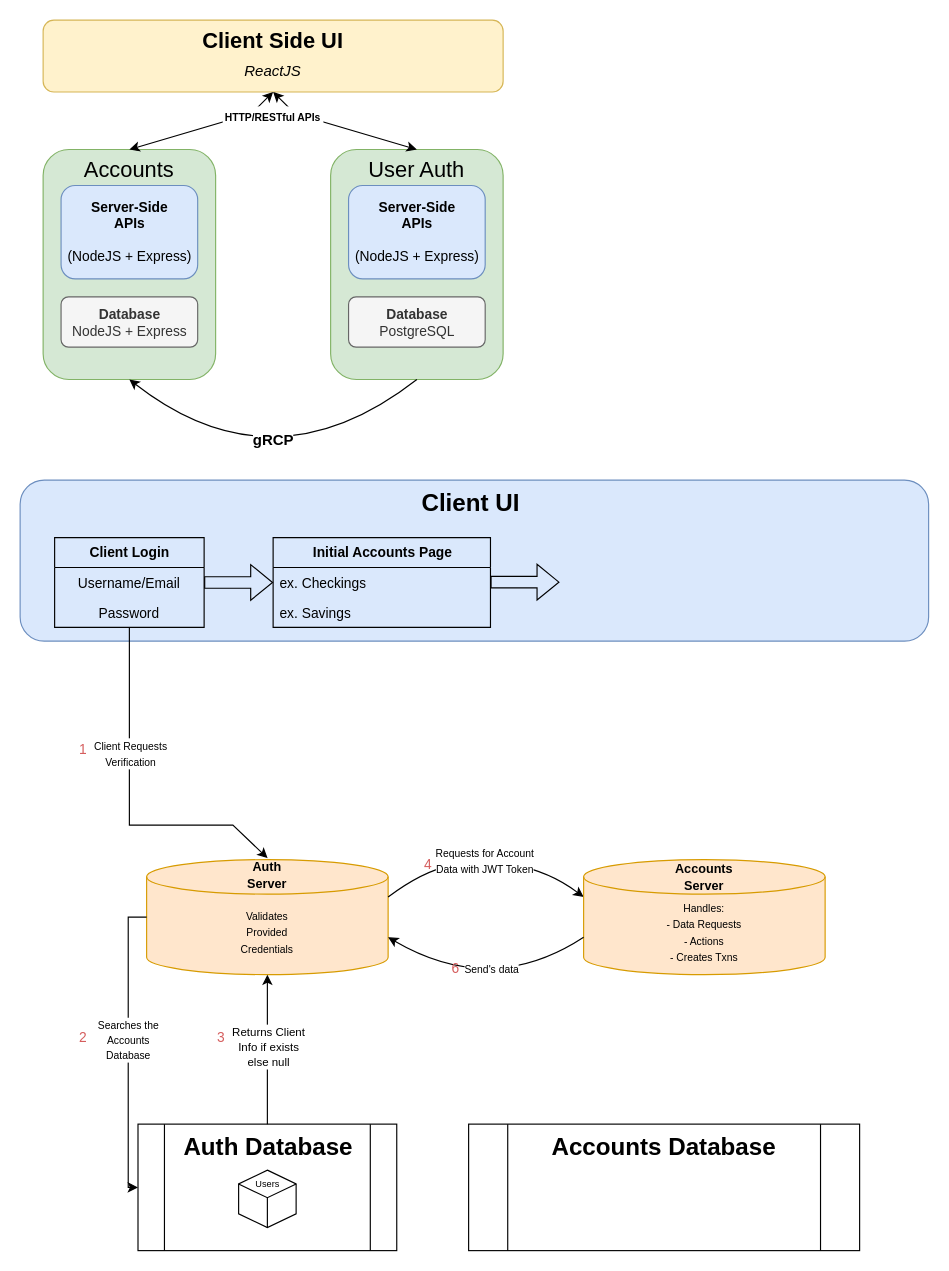
Before: BankingApp_Architecture.drawio in doo1y/banking-app, a draw.io diagram. Source tidied: cells renumbered, new cells numbered last; positions are measured from the earlier drawing's top-left corner, leaving out a move shared by most shapes. Both pictures are drawn from the tidied source at 115%, with x=0, y=0 at pixel (20, 20).
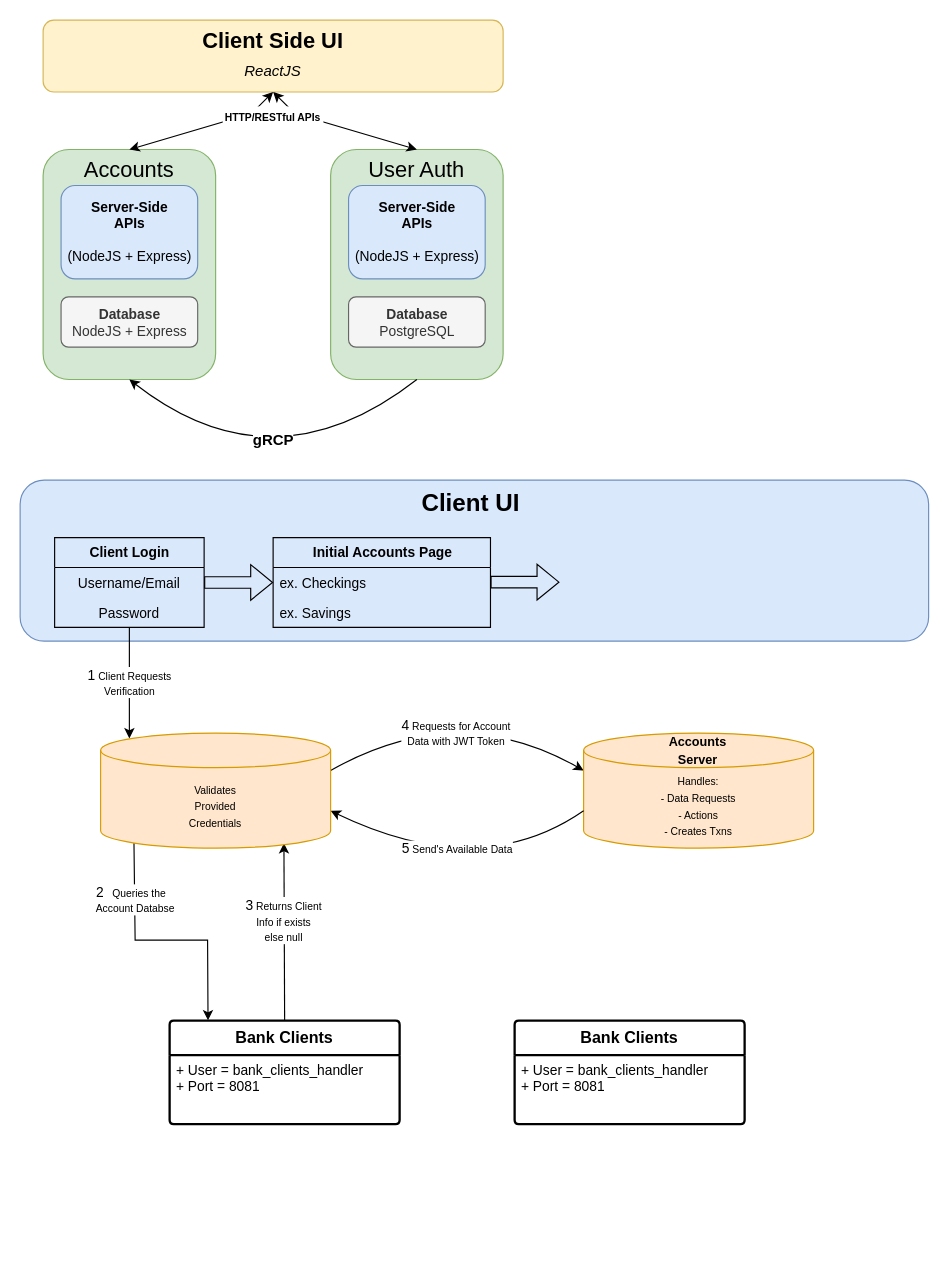
The same page after the edit.

The change refers to these unchanged cells:
```xml
<mxCell id="27" value="&lt;b&gt;Client Login&lt;/b&gt;" style="swimlane;fontStyle=0;horizontal=1;startSize=26;fillColor=none;html=1;" parent="1" vertex="1">
  <mxGeometry x="30" y="450" width="130" height="78" as="geometry" />
</mxCell>
<mxCell id="29" value="Password" style="text;strokeColor=none;fillColor=none;align=center;verticalAlign=top;spacingLeft=4;spacingRight=4;overflow=hidden;points=[[0,0.5],[1,0.5]];portConstraint=eastwest;whiteSpace=wrap;html=1;" parent="27" vertex="1">
  <mxGeometry y="52" width="130" height="26" as="geometry" />
</mxCell>
```

Change to the diagram source:
```diff
@@
+    <mxCell id="50" value="&lt;b&gt;Bank Clients&lt;/b&gt;" style="swimlane;horizontal=1;startSize=30;rounded=1;fontSize=14;fontStyle=0;strokeWidth=2;shadow=0;dashed=0;align=center;arcSize=4;whiteSpace=wrap;html=1;" parent="1" vertex="1">
+      <mxGeometry x="130" y="870" width="200" height="90" as="geometry" />
+    </mxCell>
+    <mxCell id="51" value="+ User = bank_clients_handler&lt;br&gt;+ Port = 8081&lt;br&gt;&lt;br&gt;" style="align=left;strokeColor=none;fillColor=none;spacingLeft=4;fontSize=12;verticalAlign=top;html=1;" parent="50" vertex="1">
+      <mxGeometry y="30" width="200" height="60" as="geometry" />
+    </mxCell>
@@
-    <mxCell id="16" style="group;labelBackgroundColor=none;" parent="1" vertex="1">
-      <mxGeometry x="110" y="730" width="240" height="110" as="geometry" />
-    </mxCell>
-    <mxCell id="17" value="&lt;font style=&quot;font-size: 9px;&quot;&gt;Validates&lt;br&gt;Provided&lt;br&gt;Credentials&lt;/font&gt;" style="shape=cylinder3;whiteSpace=wrap;html=1;boundedLbl=1;backgroundOutline=1;size=15;fillColor=#ffe6cc;strokeColor=#d79b00;" parent="16" vertex="1">
-      <mxGeometry width="210" height="100" as="geometry" />
-    </mxCell>
-    <mxCell id="18" value="&lt;font style=&quot;font-size: 11px;&quot;&gt;&lt;b&gt;Auth&lt;br&gt;Server&lt;/b&gt;&lt;/font&gt;" style="text;html=1;strokeColor=none;fillColor=none;align=center;verticalAlign=middle;whiteSpace=wrap;rounded=0;" parent="16" vertex="1">
-      <mxGeometry x="63" y="10" width="84" height="6.2" as="geometry" />
-    </mxCell>
-    <mxCell id="19" style="endArrow=classic;html=1;rounded=0;entryX=0.501;entryY=-0.013;entryDx=0;entryDy=0;entryPerimeter=0;" parent="1" edge="1" source="27" target="17">
+    <mxCell id="19" value="&lt;font style=&quot;border-color: var(--border-color); font-size: 12px;&quot;&gt;1&lt;/font&gt;&lt;font style=&quot;border-color: var(--border-color); font-size: 9px;&quot;&gt;&amp;nbsp;Client Requests&lt;br style=&quot;border-color: var(--border-color);&quot;&gt;Verification&lt;/font&gt;" style="endArrow=classic;html=1;rounded=0;entryX=0.125;entryY=0.046;entryDx=0;entryDy=0;entryPerimeter=0;exitX=0.5;exitY=1;exitDx=0;exitDy=0;exitPerimeter=0;" parent="1" edge="1" source="29">
       <mxGeometry relative="1" as="geometry">
-        <Array as="points">
-          <mxPoint x="95" y="700" />
-          <mxPoint x="185" y="700" />
-        </Array>
+        <mxPoint x="95" y="624.6" as="targetPoint" />
       </mxGeometry>
     </mxCell>
-    <mxCell id="20" value="&lt;font style=&quot;font-size: 9px;&quot;&gt;Client Requests&lt;br&gt;Verification&lt;/font&gt;" style="edgeLabel;html=1;align=center;verticalAlign=middle;" parent="19" vertex="1">
-      <mxGeometry x="-0.11" relative="1" as="geometry">
-        <mxPoint y="-26" as="offset" />
-      </mxGeometry>
-    </mxCell>
-    <mxCell id="21" value="&lt;font style=&quot;font-size: 9px;&quot;&gt;Requests for Account&lt;br&gt;Data with JWT Token&lt;/font&gt;" style="endArrow=classic;html=1;exitX=1;exitY=0;exitDx=0;exitDy=32.5;exitPerimeter=0;entryX=0;entryY=0;entryDx=0;entryDy=32.5;entryPerimeter=0;curved=1;" parent="1" edge="1" source="17" target="38">
-      <mxGeometry relative="1" as="geometry">
+    <mxCell id="21" value="&lt;font style=&quot;font-size: 12px;&quot;&gt;4&lt;/font&gt;&lt;font style=&quot;font-size: 9px;&quot;&gt; Requests for Account&lt;br&gt;Data with JWT Token&lt;/font&gt;" style="endArrow=classic;html=1;exitX=1;exitY=0;exitDx=0;exitDy=32.5;exitPerimeter=0;entryX=0;entryY=0;entryDx=0;entryDy=32.5;entryPerimeter=0;curved=1;" parent="1" edge="1" target="38">
+      <mxGeometry x="-0.12" y="-26" relative="1" as="geometry">
+        <mxPoint x="270" y="652.5" as="sourcePoint" />
         <Array as="points">
-          <mxPoint x="350" y="740" />
-          <mxPoint x="400" y="730" />
-          <mxPoint x="460" y="740" />
+          <mxPoint x="380" y="590" />
         </Array>
       </mxGeometry>
     </mxCell>
@@
-    <mxCell id="30" value="&lt;font size=&quot;1&quot; style=&quot;&quot;&gt;&lt;b style=&quot;font-size: 21px;&quot;&gt;Auth Database&lt;/b&gt;&lt;/font&gt;" style="shape=process;whiteSpace=wrap;html=1;backgroundOutline=1;verticalAlign=top;" parent="1" vertex="1">
-      <mxGeometry x="102.5" y="960" width="225" height="110" as="geometry" />
-    </mxCell>
-    <mxCell id="31" style="endArrow=classic;html=1;rounded=0;entryX=0;entryY=0.5;entryDx=0;entryDy=0;" parent="1" edge="1" target="30">
+    <mxCell id="31" style="endArrow=classic;html=1;rounded=0;sourcePerimeterSpacing=0;exitX=0.145;exitY=1;exitDx=0;exitDy=-4.35;exitPerimeter=0;entryX=0.167;entryY=-0.003;entryDx=0;entryDy=0;entryPerimeter=0;" parent="1" edge="1" source="17" target="50">
       <mxGeometry relative="1" as="geometry">
-        <mxPoint x="110" y="780" as="sourcePoint" />
         <Array as="points">
-          <mxPoint x="94" y="780" />
-          <mxPoint x="94" y="890" />
-          <mxPoint x="94" y="1015" />
+          <mxPoint x="100" y="800" />
+          <mxPoint x="163" y="800" />
         </Array>
       </mxGeometry>
     </mxCell>
-    <mxCell id="32" value="&lt;font style=&quot;font-size: 9px;&quot;&gt;Searches the &lt;br&gt;Accounts &lt;br&gt;Database&lt;/font&gt;" style="edgeLabel;html=1;align=center;verticalAlign=middle;" parent="31" vertex="1">
-      <mxGeometry x="-0.06" y="-1" relative="1" as="geometry" />
+    <mxCell id="32" value="&lt;font style=&quot;font-size: 12px;&quot;&gt;2&lt;/font&gt;&lt;font style=&quot;font-size: 9px;&quot;&gt;&amp;nbsp; &amp;nbsp;Queries the&amp;nbsp; &amp;nbsp;&lt;br&gt;Account Databse&lt;/font&gt;" style="edgeLabel;html=1;align=center;verticalAlign=middle;" parent="31" vertex="1">
+      <mxGeometry x="-0.06" y="-1" relative="1" as="geometry">
+        <mxPoint x="-18" y="-37" as="offset" />
+      </mxGeometry>
     </mxCell>
-    <mxCell id="33" style="endArrow=classic;html=1;rounded=0;exitX=0.5;exitY=0;exitDx=0;exitDy=0;entryX=0.5;entryY=1;entryDx=0;entryDy=0;entryPerimeter=0;" parent="1" edge="1" source="30" target="17">
+    <mxCell id="33" style="endArrow=classic;html=1;rounded=0;exitX=0.5;exitY=0;exitDx=0;exitDy=0;entryX=0.797;entryY=0.957;entryDx=0;entryDy=0;entryPerimeter=0;" parent="1" edge="1" source="50" target="17">
       <mxGeometry relative="1" as="geometry" />
     </mxCell>
-    <mxCell id="34" value="&lt;font size=&quot;1&quot;&gt;Returns Client&lt;br&gt;Info if exists&lt;br&gt;else null&lt;br&gt;&lt;/font&gt;" style="edgeLabel;html=1;align=center;verticalAlign=middle;" parent="33" vertex="1">
-      <mxGeometry x="0.05" relative="1" as="geometry" />
+    <mxCell id="34" value="&lt;font style=&quot;font-size: 9px;&quot;&gt;&lt;font style=&quot;font-size: 12px;&quot;&gt;3&lt;/font&gt; Returns Client&lt;br&gt;Info if exists&lt;br&gt;else null&lt;br&gt;&lt;/font&gt;" style="edgeLabel;html=1;align=center;verticalAlign=middle;" parent="33" vertex="1">
+      <mxGeometry x="0.05" relative="1" as="geometry">
+        <mxPoint x="-1" y="-7" as="offset" />
+      </mxGeometry>
     </mxCell>
@@
     <mxCell id="37" style="group;verticalAlign=middle;" parent="1" vertex="1">
-      <mxGeometry x="490" y="730" width="210" height="100" as="geometry" />
+      <mxGeometry x="490" y="620" width="200" height="100" as="geometry" />
     </mxCell>
     <mxCell id="38" value="&lt;font style=&quot;font-size: 9px;&quot;&gt;Handles:&lt;br&gt;- Data Requests&lt;br&gt;- Actions&lt;br&gt;- Creates Txns&lt;/font&gt;" style="shape=cylinder3;whiteSpace=wrap;html=1;boundedLbl=1;backgroundOutline=1;size=15;fillColor=#ffe6cc;strokeColor=#d79b00;" parent="37" vertex="1">
-      <mxGeometry width="210" height="100" as="geometry" />
+      <mxGeometry width="200" height="100" as="geometry" />
     </mxCell>
     <mxCell id="39" value="&lt;font style=&quot;font-size: 11px;&quot;&gt;&lt;b&gt;Accounts Server&lt;/b&gt;&lt;/font&gt;" style="text;html=1;strokeColor=none;fillColor=none;align=center;verticalAlign=middle;whiteSpace=wrap;rounded=0;" parent="37" vertex="1">
-      <mxGeometry x="75" width="60" height="30" as="geometry" />
+      <mxGeometry x="71.4" width="57.1" height="30" as="geometry" />
     </mxCell>
-    <mxCell id="40" value="1" style="text;html=1;strokeColor=none;fillColor=none;align=center;verticalAlign=middle;whiteSpace=wrap;rounded=0;fontColor=#d55d5d;" parent="1" vertex="1">
-      <mxGeometry x="40" y="620" width="30" height="30" as="geometry" />
-    </mxCell>
-    <mxCell id="41" value="2" style="text;html=1;strokeColor=none;fillColor=none;align=center;verticalAlign=middle;whiteSpace=wrap;rounded=0;fontColor=#d55d5d;" parent="1" vertex="1">
-      <mxGeometry x="40" y="870" width="30" height="30" as="geometry" />
-    </mxCell>
-    <mxCell id="42" value="3" style="text;html=1;strokeColor=none;fillColor=none;align=center;verticalAlign=middle;whiteSpace=wrap;rounded=0;fontColor=#d55d5d;" parent="1" vertex="1">
-      <mxGeometry x="160" y="870" width="30" height="30" as="geometry" />
-    </mxCell>
-    <mxCell id="43" style="endArrow=classic;html=1;entryX=1;entryY=0;entryDx=0;entryDy=67.5;entryPerimeter=0;exitX=0;exitY=0;exitDx=0;exitDy=67.5;exitPerimeter=0;curved=1;" parent="1" edge="1" source="38" target="17">
+    <mxCell id="43" style="endArrow=classic;html=1;entryX=1;entryY=0;entryDx=0;entryDy=67.5;entryPerimeter=0;exitX=0;exitY=0;exitDx=0;exitDy=67.5;exitPerimeter=0;curved=1;" parent="1" edge="1" source="38">
       <mxGeometry relative="1" as="geometry">
+        <mxPoint x="270" y="687.5" as="targetPoint" />
         <Array as="points">
-          <mxPoint x="410" y="850" />
+          <mxPoint x="400" y="750" />
         </Array>
       </mxGeometry>
     </mxCell>
-    <mxCell id="44" value="&lt;font style=&quot;font-size: 9px;&quot;&gt;Send's data&lt;/font&gt;" style="edgeLabel;html=1;align=center;verticalAlign=middle;" parent="43" vertex="1">
-      <mxGeometry x="-0.18" y="-21" relative="1" as="geometry" />
+    <mxCell id="44" value="&lt;font style=&quot;font-size: 12px;&quot;&gt;5&lt;/font&gt;&lt;font style=&quot;font-size: 9px;&quot;&gt;&amp;nbsp;Send's Available Data&lt;/font&gt;" style="edgeLabel;html=1;align=center;verticalAlign=middle;" parent="43" vertex="1">
+      <mxGeometry x="-0.18" y="-21" relative="1" as="geometry">
+        <mxPoint x="-13" y="-9" as="offset" />
+      </mxGeometry>
     </mxCell>
-    <mxCell id="45" value="&lt;span style=&quot;font-size: 21px;&quot;&gt;&lt;b&gt;Accounts Database&lt;br&gt;&lt;/b&gt;&lt;/span&gt;" style="shape=process;whiteSpace=wrap;html=1;backgroundOutline=1;verticalAlign=top;" parent="1" vertex="1">
-      <mxGeometry x="390" y="960" width="340" height="110" as="geometry" />
-    </mxCell>
-    <mxCell id="46" value="6" style="text;html=1;strokeColor=none;fillColor=none;align=center;verticalAlign=middle;whiteSpace=wrap;rounded=0;fontColor=#d55d5d;" parent="1" vertex="1">
-      <mxGeometry x="364" y="810" width="30" height="30" as="geometry" />
-    </mxCell>
-    <mxCell id="47" value="4" style="text;html=1;strokeColor=none;fillColor=none;align=center;verticalAlign=middle;whiteSpace=wrap;rounded=0;fontColor=#d55d5d;" parent="1" vertex="1">
-      <mxGeometry x="340" y="720" width="30" height="30" as="geometry" />
-    </mxCell>
-    <mxCell id="48" style="html=1;whiteSpace=wrap;shape=isoCube2;backgroundOutline=1;isoAngle=15;align=left;" parent="1" vertex="1">
-      <mxGeometry x="190" y="1000" width="50" height="50" as="geometry" />
-    </mxCell>
-    <mxCell id="49" value="&lt;font style=&quot;font-size: 8px;&quot;&gt;Users&lt;/font&gt;" style="text;html=1;strokeColor=none;fillColor=none;align=center;verticalAlign=middle;whiteSpace=wrap;rounded=0;" parent="1" vertex="1">
-      <mxGeometry x="202.5" y="1010" width="25" as="geometry" />
-    </mxCell>
+    <mxCell id="17" value="&lt;font style=&quot;font-size: 9px;&quot;&gt;Validates&lt;br&gt;Provided&lt;br&gt;Credentials&lt;/font&gt;" style="shape=cylinder3;whiteSpace=wrap;html=1;boundedLbl=1;backgroundOutline=1;size=15;fillColor=#ffe6cc;strokeColor=#d79b00;" parent="1" vertex="1">
+      <mxGeometry x="70" y="620" width="200" height="100" as="geometry" />
+    </mxCell>
+    <mxCell id="52" value="&lt;b&gt;Bank Clients&lt;/b&gt;" style="swimlane;horizontal=1;startSize=30;rounded=1;fontSize=14;fontStyle=0;strokeWidth=2;shadow=0;dashed=0;align=center;arcSize=4;whiteSpace=wrap;html=1;" parent="1" vertex="1">
+      <mxGeometry x="430" y="870" width="200" height="90" as="geometry" />
+    </mxCell>
+    <mxCell id="53" value="+ User = bank_clients_handler&lt;br&gt;+ Port = 8081" style="align=left;strokeColor=none;fillColor=none;spacingLeft=4;fontSize=12;verticalAlign=top;html=1;" parent="52" vertex="1">
+      <mxGeometry y="30" width="200" height="60" as="geometry" />
+    </mxCell>
```
